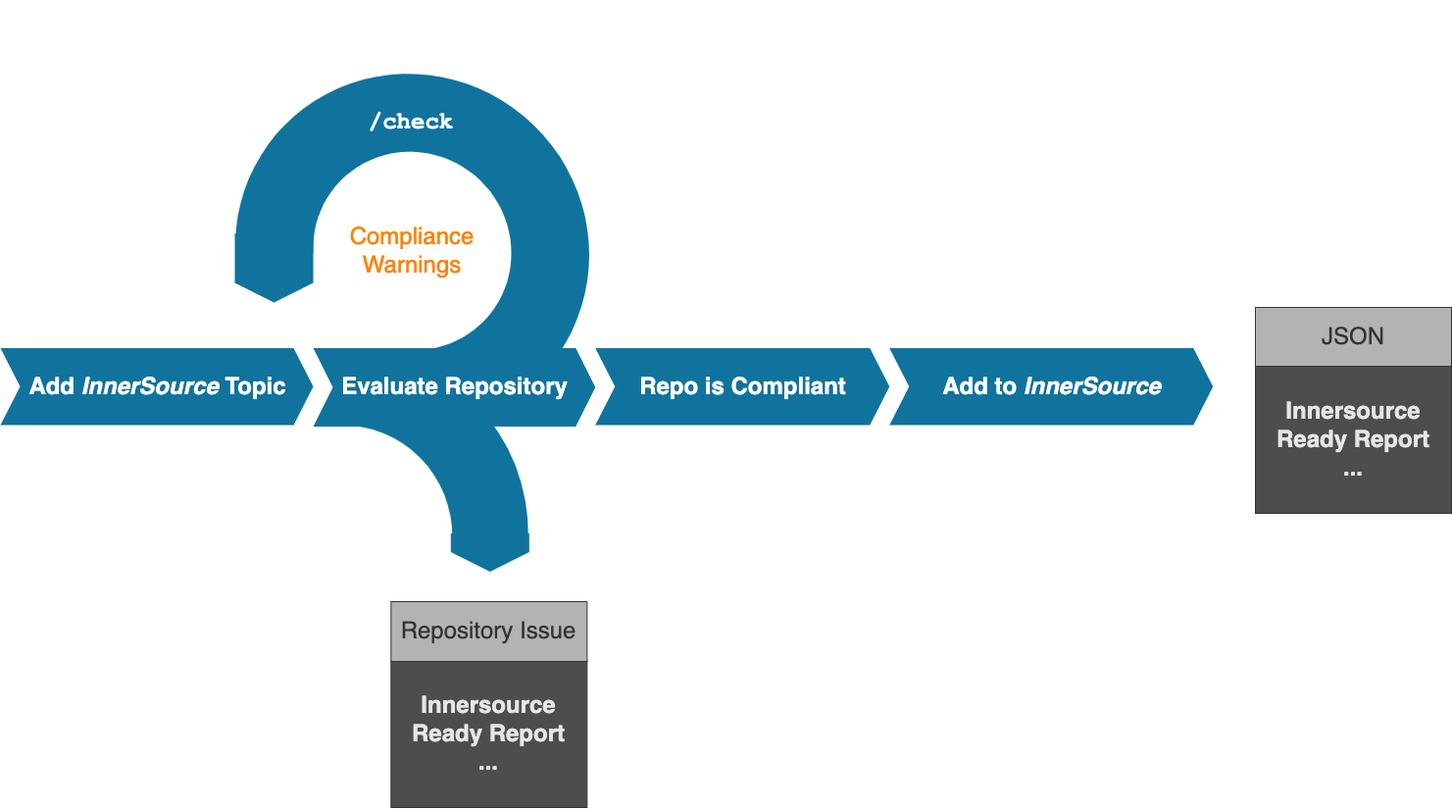
Above: docs/images/processflow.png in github-innersource/innersource-slides (draw.io), before the change. Source tidied: cells renumbered, new cells last; positions are measured from the earlier drawing's top-left corner, leaving out a move shared by most shapes.
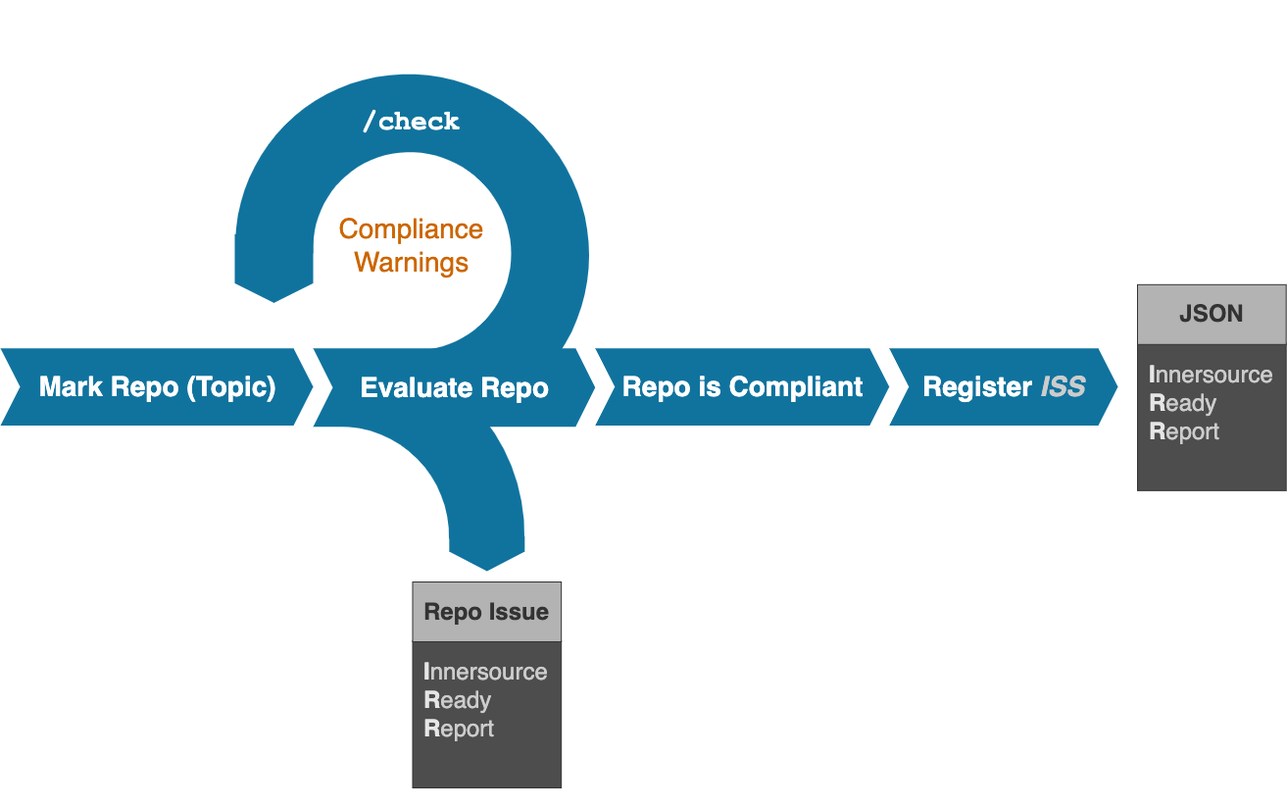
After the commit.

Diff of the diagram source:
```diff
@@ -2,47 +2,47 @@
   <root>
     <mxCell id="0" />
     <mxCell id="1" parent="0" />
-    <mxCell id="2" value="&lt;font color=&quot;#ff8000&quot; style=&quot;font-size: 24px;&quot;&gt;Compliance&lt;br style=&quot;font-size: 24px;&quot;&gt;Warnings&lt;/font&gt;" style="text;html=1;strokeColor=none;fillColor=none;align=center;verticalAlign=middle;whiteSpace=wrap;rounded=0;fontSize=24;" parent="1" vertex="1">
-      <mxGeometry x="374.9" y="172.3" width="90" height="20" as="geometry" />
+    <mxCell id="2" value="&lt;font style=&quot;font-size: 28px;&quot;&gt;Compliance&lt;br style=&quot;font-size: 28px;&quot;&gt;Warnings&lt;/font&gt;" style="text;html=1;strokeColor=none;fillColor=none;align=center;verticalAlign=middle;whiteSpace=wrap;rounded=0;fontSize=28;fontColor=#CC6600;" parent="1" vertex="1">
+      <mxGeometry x="367.5" y="-583.2" width="144.9" height="80" as="geometry" />
     </mxCell>
     <mxCell id="3" style="verticalLabelPosition=bottom;verticalAlign=top;html=1;shape=mxgraph.basic.partConcEllipse;fillColor=#10739E;strokeColor=none;startAngle=0.625;endAngle=0.8761449798372287;arcWidth=0.4;rotation=135;fontSize=24;" parent="1" vertex="1">
-      <mxGeometry x="147.6" y="285" width="393.4" height="382.7" as="geometry" />
+      <mxGeometry x="166.3" y="-433.1" width="391" height="380" as="geometry" />
     </mxCell>
-    <mxCell id="4" value="Repo is Compliant" style="html=1;shape=mxgraph.infographic.ribbonSimple;notch1=20;notch2=20;fillColor=#10739E;strokeColor=none;align=center;verticalAlign=middle;fontColor=#ffffff;fontSize=24;fontStyle=1;" parent="1" vertex="1">
-      <mxGeometry x="606.8" y="281.4" width="300" height="78.6" as="geometry" />
+    <mxCell id="4" value="&lt;font style=&quot;font-size: 28px;&quot;&gt;Repo is Compliant&lt;/font&gt;" style="html=1;shape=mxgraph.infographic.ribbonSimple;notch1=20;notch2=20;fillColor=#10739E;strokeColor=none;align=center;verticalAlign=middle;fontColor=#ffffff;fontSize=24;fontStyle=1;" parent="1" vertex="1">
+      <mxGeometry x="626.8" y="-438.2" width="300" height="78.6" as="geometry" />
     </mxCell>
-    <mxCell id="5" value="Add to &lt;i style=&quot;font-size: 24px;&quot;&gt;InnerSource&lt;/i&gt;" style="html=1;shape=mxgraph.infographic.ribbonSimple;notch1=20;notch2=20;fillColor=#10739E;strokeColor=none;align=center;verticalAlign=middle;fontColor=#ffffff;fontSize=24;fontStyle=1;" parent="1" vertex="1">
-      <mxGeometry x="906.8" y="281.4" width="330" height="78.6" as="geometry" />
+    <mxCell id="5" value="Register &lt;i&gt;&lt;font color=&quot;#cccccc&quot;&gt;ISS&lt;/font&gt;&lt;/i&gt;" style="html=1;shape=mxgraph.infographic.ribbonSimple;notch1=20;notch2=20;fillColor=#10739E;strokeColor=none;align=center;verticalAlign=middle;fontColor=#ffffff;fontSize=28;fontStyle=1;" parent="1" vertex="1">
+      <mxGeometry x="926.8" y="-438.2" width="233.2" height="78.6" as="geometry" />
     </mxCell>
-    <mxCell id="6" value="&lt;font color=&quot;#333333&quot; style=&quot;font-size: 24px;&quot;&gt;JSON&lt;/font&gt;" style="rounded=0;whiteSpace=wrap;html=1;labelBackgroundColor=none;fontColor=#E6E6E6;strokeColor=#333333;fillColor=#B3B3B3;fontSize=24;" parent="1" vertex="1">
-      <mxGeometry x="1280" y="240" width="200" height="60" as="geometry" />
-    </mxCell>
-    <mxCell id="7" value="&lt;font color=&quot;#e6e6e6&quot; style=&quot;font-size: 24px;&quot;&gt;&lt;span style=&quot;font-family: helvetica; font-size: 24px; font-style: normal; font-weight: 700; letter-spacing: normal; text-align: center; text-indent: 0px; text-transform: none; word-spacing: 0px; display: inline; float: none;&quot;&gt;Innersource&lt;/span&gt;&lt;br style=&quot;font-family: helvetica; font-size: 24px; font-style: normal; font-weight: 700; letter-spacing: normal; text-align: center; text-indent: 0px; text-transform: none; word-spacing: 0px;&quot;&gt;&lt;span style=&quot;font-family: helvetica; font-size: 24px; font-style: normal; font-weight: 700; letter-spacing: normal; text-align: center; text-indent: 0px; text-transform: none; word-spacing: 0px; display: inline; float: none;&quot;&gt;Ready Report&lt;/span&gt;&lt;br style=&quot;font-family: helvetica; font-size: 24px; font-style: normal; font-weight: 700; letter-spacing: normal; text-align: center; text-indent: 0px; text-transform: none; word-spacing: 0px;&quot;&gt;&lt;span style=&quot;font-family: helvetica; font-size: 24px; font-style: normal; font-weight: 700; letter-spacing: normal; text-align: center; text-indent: 0px; text-transform: none; word-spacing: 0px; display: inline; float: none;&quot;&gt;...&lt;/span&gt;&lt;/font&gt;" style="rounded=0;whiteSpace=wrap;html=1;labelBackgroundColor=none;fontColor=#99FFFF;strokeColor=#333333;fillColor=#4D4D4D;fontSize=24;" parent="1" vertex="1">
-      <mxGeometry x="1280" y="300" width="200" height="150" as="geometry" />
-    </mxCell>
     <mxCell id="8" style="html=1;shape=mxgraph.infographic.ribbonSimple;notch1=0;notch2=20;fillColor=#10739E;strokeColor=none;align=center;verticalAlign=middle;fontColor=#ffffff;fontSize=24;fontStyle=1;rotation=90;" parent="1" vertex="1">
-      <mxGeometry x="244" y="160" width="70" height="80" as="geometry" />
+      <mxGeometry x="264" y="-559.6" width="70" height="80" as="geometry" />
     </mxCell>
     <mxCell id="9" style="verticalLabelPosition=bottom;verticalAlign=top;html=1;shape=mxgraph.basic.partConcEllipse;fillColor=#10739E;strokeColor=none;startAngle=0.36994915843207826;endAngle=0.125;arcWidth=0.44;rotation=135;" parent="1" vertex="1">
-      <mxGeometry x="241.6" y="-0.4" width="356.8" height="365.5" as="geometry" />
+      <mxGeometry x="261.6" y="-720" width="356.8" height="365.5" as="geometry" />
     </mxCell>
-    <mxCell id="10" value="&lt;font color=&quot;#e6e6e6&quot; style=&quot;font-size: 24px;&quot;&gt;&lt;span style=&quot;font-family: helvetica; font-size: 24px; font-style: normal; font-weight: 700; letter-spacing: normal; text-align: center; text-indent: 0px; text-transform: none; word-spacing: 0px; display: inline; float: none;&quot;&gt;Innersource&lt;/span&gt;&lt;br style=&quot;font-family: helvetica; font-size: 24px; font-style: normal; font-weight: 700; letter-spacing: normal; text-align: center; text-indent: 0px; text-transform: none; word-spacing: 0px;&quot;&gt;&lt;span style=&quot;font-family: helvetica; font-size: 24px; font-style: normal; font-weight: 700; letter-spacing: normal; text-align: center; text-indent: 0px; text-transform: none; word-spacing: 0px; display: inline; float: none;&quot;&gt;Ready Report&lt;/span&gt;&lt;br style=&quot;font-family: helvetica; font-size: 24px; font-style: normal; font-weight: 700; letter-spacing: normal; text-align: center; text-indent: 0px; text-transform: none; word-spacing: 0px;&quot;&gt;&lt;span style=&quot;font-family: helvetica; font-size: 24px; font-style: normal; font-weight: 700; letter-spacing: normal; text-align: center; text-indent: 0px; text-transform: none; word-spacing: 0px; display: inline; float: none;&quot;&gt;...&lt;/span&gt;&lt;/font&gt;" style="rounded=0;whiteSpace=wrap;html=1;labelBackgroundColor=none;fontColor=#99FFFF;strokeColor=#333333;fillColor=#4D4D4D;fontSize=24;" parent="1" vertex="1">
-      <mxGeometry x="398.3" y="600" width="200" height="150" as="geometry" />
+    <mxCell id="10" value="&lt;font style=&quot;font-size: 24px;&quot;&gt;&lt;span style=&quot;color: rgb(230, 230, 230); font-family: helvetica; font-size: 24px; font-style: normal; font-weight: 700; letter-spacing: normal; text-indent: 0px; text-transform: none; word-spacing: 0px; display: inline; float: none;&quot;&gt;I&lt;/span&gt;&lt;span style=&quot;font-family: helvetica; font-size: 24px; font-style: normal; letter-spacing: normal; text-indent: 0px; text-transform: none; word-spacing: 0px; display: inline; float: none;&quot;&gt;&lt;font color=&quot;#cccccc&quot;&gt;nnersource&lt;/font&gt;&lt;/span&gt;&lt;br style=&quot;font-family: helvetica; font-size: 24px; font-style: normal; font-weight: 700; letter-spacing: normal; text-indent: 0px; text-transform: none; word-spacing: 0px;&quot;&gt;&lt;span style=&quot;color: rgb(230, 230, 230); font-family: helvetica; font-size: 24px; font-style: normal; font-weight: 700; letter-spacing: normal; text-indent: 0px; text-transform: none; word-spacing: 0px; display: inline; float: none;&quot;&gt;R&lt;/span&gt;&lt;span style=&quot;font-family: helvetica; font-size: 24px; font-style: normal; letter-spacing: normal; text-indent: 0px; text-transform: none; word-spacing: 0px; display: inline; float: none;&quot;&gt;&lt;font color=&quot;#cccccc&quot;&gt;eady&lt;/font&gt;&lt;/span&gt;&lt;span style=&quot;color: rgb(230, 230, 230); font-family: helvetica; font-size: 24px; font-style: normal; font-weight: 700; letter-spacing: normal; text-indent: 0px; text-transform: none; word-spacing: 0px; display: inline; float: none;&quot;&gt; &lt;br&gt;R&lt;/span&gt;&lt;span style=&quot;font-family: helvetica; font-size: 24px; font-style: normal; letter-spacing: normal; text-indent: 0px; text-transform: none; word-spacing: 0px; display: inline; float: none;&quot;&gt;&lt;font color=&quot;#cccccc&quot;&gt;eport&lt;/font&gt;&lt;/span&gt;&lt;br style=&quot;font-family: helvetica; font-size: 24px; font-style: normal; font-weight: 700; letter-spacing: normal; text-indent: 0px; text-transform: none; word-spacing: 0px;&quot;&gt;&lt;br&gt;&lt;/font&gt;" style="rounded=0;whiteSpace=wrap;html=1;labelBackgroundColor=none;fontColor=#99FFFF;strokeColor=#333333;fillColor=#4D4D4D;fontSize=24;align=left;spacingLeft=10;" parent="1" vertex="1">
+      <mxGeometry x="440.5" y="-140" width="151.7" height="150" as="geometry" />
     </mxCell>
     <mxCell id="11" style="html=1;shape=mxgraph.infographic.ribbonSimple;notch1=0;notch2=20;fillColor=#10739E;strokeColor=none;align=center;verticalAlign=middle;fontColor=#ffffff;fontSize=24;fontStyle=1;rotation=90;" parent="1" vertex="1">
-      <mxGeometry x="479.8" y="450" width="39" height="80" as="geometry" />
+      <mxGeometry x="498.8" y="-267" width="35" height="77" as="geometry" />
     </mxCell>
-    <mxCell id="12" value="&lt;font color=&quot;#333333&quot; style=&quot;font-size: 24px;&quot;&gt;Repository Issue&lt;/font&gt;" style="rounded=0;whiteSpace=wrap;html=1;labelBackgroundColor=none;fontColor=#E6E6E6;strokeColor=#333333;fillColor=#B3B3B3;fontSize=24;" parent="1" vertex="1">
-      <mxGeometry x="398.3" y="540" width="200" height="61" as="geometry" />
+    <mxCell id="12" value="&lt;font color=&quot;#333333&quot; style=&quot;font-size: 24px;&quot;&gt;&lt;b&gt;Repo Issue&lt;/b&gt;&lt;/font&gt;" style="rounded=0;whiteSpace=wrap;html=1;labelBackgroundColor=none;fontColor=#E6E6E6;strokeColor=#333333;fillColor=#B3B3B3;fontSize=24;" parent="1" vertex="1">
+      <mxGeometry x="440.5" y="-200" width="151.7" height="61" as="geometry" />
     </mxCell>
-    <mxCell id="13" value="Add&amp;nbsp;&lt;i style=&quot;font-size: 24px;&quot;&gt;InnerSource&amp;nbsp;&lt;/i&gt;Topic" style="html=1;shape=mxgraph.infographic.ribbonSimple;notch1=20;notch2=20;fillColor=#10739E;strokeColor=none;align=center;verticalAlign=middle;fontColor=#ffffff;fontSize=24;fontStyle=1;" parent="1" vertex="1">
-      <mxGeometry y="281.4" width="319" height="78.6" as="geometry" />
+    <mxCell id="13" value="&lt;font style=&quot;font-size: 28px;&quot;&gt;Mark Repo (Topic)&lt;/font&gt;" style="html=1;shape=mxgraph.infographic.ribbonSimple;notch1=20;notch2=20;fillColor=#10739E;strokeColor=none;align=center;verticalAlign=middle;fontColor=#ffffff;fontSize=24;fontStyle=1;" parent="1" vertex="1">
+      <mxGeometry x="20" y="-438.2" width="319" height="78.6" as="geometry" />
     </mxCell>
-    <mxCell id="14" value="Evaluate Repository" style="html=1;shape=mxgraph.infographic.ribbonSimple;notch1=20;notch2=20;fillColor=#10739E;strokeColor=none;align=center;verticalAlign=middle;fontColor=#ffffff;fontSize=24;fontStyle=1;" parent="1" vertex="1">
-      <mxGeometry x="319" y="281.4" width="287.8" height="80" as="geometry" />
+    <mxCell id="14" value="&lt;font style=&quot;font-size: 28px;&quot;&gt;Evaluate Repo&lt;/font&gt;" style="html=1;shape=mxgraph.infographic.ribbonSimple;notch1=20;notch2=20;fillColor=#10739E;strokeColor=none;align=center;verticalAlign=middle;fontColor=#ffffff;fontSize=24;fontStyle=1;" parent="1" vertex="1">
+      <mxGeometry x="339" y="-438.2" width="287.8" height="80" as="geometry" />
     </mxCell>
-    <mxCell id="15" value="&lt;font face=&quot;Courier New&quot; style=&quot;font-size: 24px;&quot;&gt;&lt;b style=&quot;font-size: 24px;&quot;&gt;/check&lt;/b&gt;&lt;/font&gt;" style="text;html=1;strokeColor=none;fillColor=none;align=center;verticalAlign=middle;whiteSpace=wrap;rounded=0;fontSize=24;fontColor=#FFFFFF;" parent="1" vertex="1">
-      <mxGeometry x="374.9" y="30" width="87.8" height="42" as="geometry" />
+    <mxCell id="15" value="&lt;font size=&quot;1&quot; face=&quot;Courier New&quot; style=&quot;&quot;&gt;&lt;b style=&quot;font-size: 28px;&quot;&gt;/check&lt;/b&gt;&lt;/font&gt;" style="text;html=1;strokeColor=none;fillColor=none;align=center;verticalAlign=middle;whiteSpace=wrap;rounded=0;fontSize=24;fontColor=#FFFFFF;" parent="1" vertex="1">
+      <mxGeometry x="394.9" y="-689.6" width="87.8" height="42" as="geometry" />
     </mxCell>
+    <mxCell id="7" value="&lt;font style=&quot;font-size: 24px;&quot;&gt;&lt;span style=&quot;color: rgb(230, 230, 230); font-family: helvetica; font-size: 24px; font-style: normal; font-weight: 700; letter-spacing: normal; text-indent: 0px; text-transform: none; word-spacing: 0px; display: inline; float: none;&quot;&gt;I&lt;/span&gt;&lt;span style=&quot;font-family: helvetica; font-size: 24px; font-style: normal; letter-spacing: normal; text-indent: 0px; text-transform: none; word-spacing: 0px; display: inline; float: none;&quot;&gt;&lt;font color=&quot;#cccccc&quot;&gt;nnersource&lt;/font&gt;&lt;/span&gt;&lt;br style=&quot;font-family: helvetica; font-size: 24px; font-style: normal; font-weight: 700; letter-spacing: normal; text-indent: 0px; text-transform: none; word-spacing: 0px;&quot;&gt;&lt;span style=&quot;color: rgb(230, 230, 230); font-family: helvetica; font-size: 24px; font-style: normal; font-weight: 700; letter-spacing: normal; text-indent: 0px; text-transform: none; word-spacing: 0px; display: inline; float: none;&quot;&gt;R&lt;/span&gt;&lt;span style=&quot;font-family: helvetica; font-size: 24px; font-style: normal; letter-spacing: normal; text-indent: 0px; text-transform: none; word-spacing: 0px; display: inline; float: none;&quot;&gt;&lt;font color=&quot;#cccccc&quot;&gt;eady&lt;/font&gt;&lt;/span&gt;&lt;span style=&quot;color: rgb(230, 230, 230); font-family: helvetica; font-size: 24px; font-style: normal; font-weight: 700; letter-spacing: normal; text-indent: 0px; text-transform: none; word-spacing: 0px; display: inline; float: none;&quot;&gt; &lt;br&gt;R&lt;/span&gt;&lt;span style=&quot;font-family: helvetica; font-size: 24px; font-style: normal; letter-spacing: normal; text-indent: 0px; text-transform: none; word-spacing: 0px; display: inline; float: none;&quot;&gt;&lt;font color=&quot;#cccccc&quot;&gt;eport&lt;/font&gt;&lt;/span&gt;&lt;br style=&quot;font-family: helvetica; font-size: 24px; font-style: normal; font-weight: 700; letter-spacing: normal; text-indent: 0px; text-transform: none; word-spacing: 0px;&quot;&gt;&lt;br&gt;&lt;/font&gt;" style="rounded=0;whiteSpace=wrap;html=1;labelBackgroundColor=none;fontColor=#99FFFF;strokeColor=#333333;fillColor=#4D4D4D;fontSize=24;align=left;spacingLeft=10;" parent="1" vertex="1">
+      <mxGeometry x="1180" y="-443.2" width="151.7" height="150" as="geometry" />
+    </mxCell>
+    <mxCell id="6" value="&lt;font color=&quot;#333333&quot; style=&quot;font-size: 24px;&quot;&gt;&lt;b&gt;JSON&lt;/b&gt;&lt;/font&gt;" style="rounded=0;whiteSpace=wrap;html=1;labelBackgroundColor=none;fontColor=#E6E6E6;strokeColor=#333333;fillColor=#B3B3B3;fontSize=24;" parent="1" vertex="1">
+      <mxGeometry x="1180" y="-503.2" width="151.7" height="61" as="geometry" />
+    </mxCell>
   </root>
 </mxGraphModel>
```
